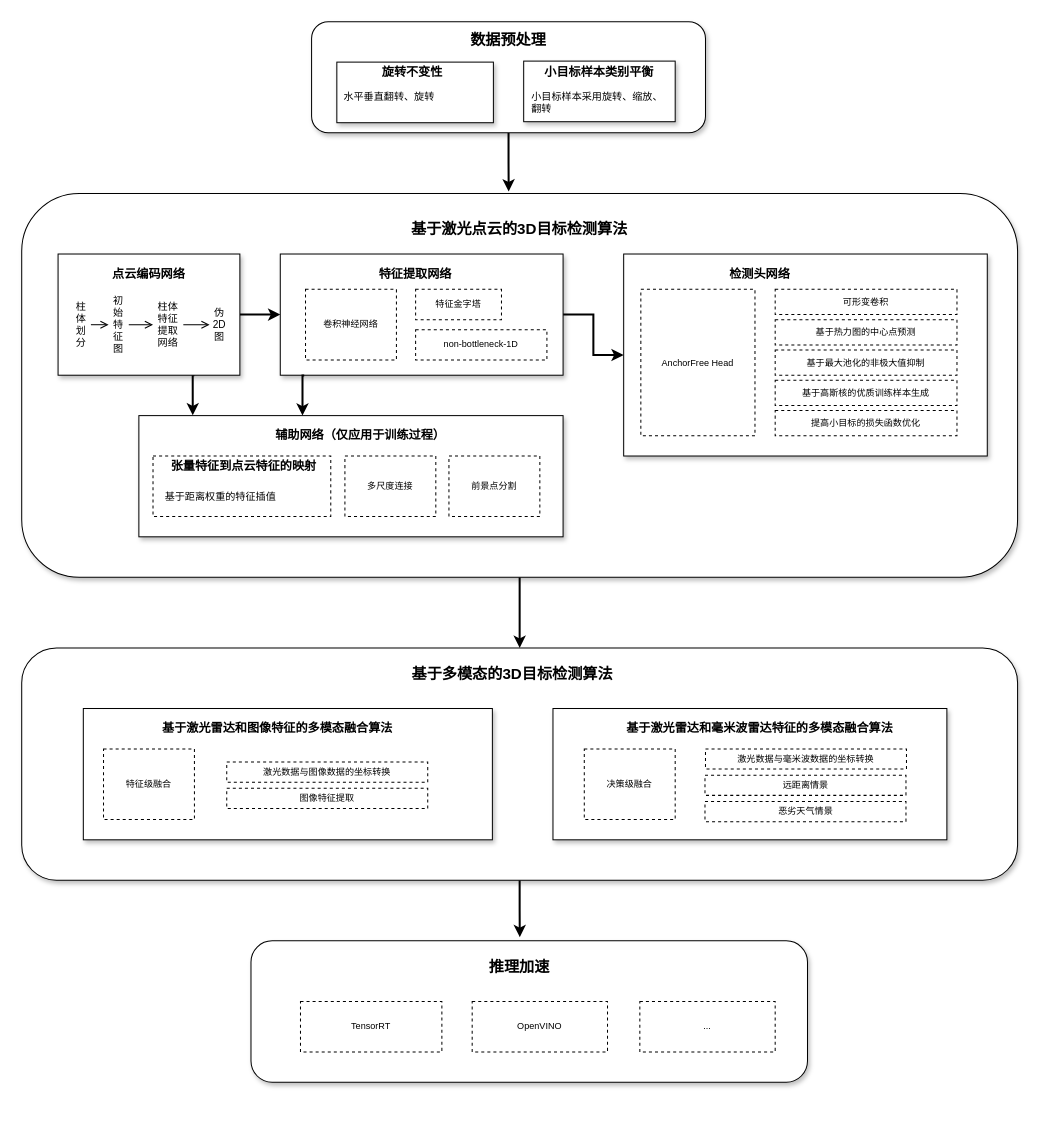
wennieWN/UML keeps this draw.io diagram as 开题.drawio. Above is the earlier version. Source tidied: cells renumbered, new cells numbered last; positions are measured from the earlier drawing's top-left corner, leaving out a move shared by most shapes. Both pictures are drawn from the tidied source at 101%, with x=0, y=0 at pixel (21, 21).
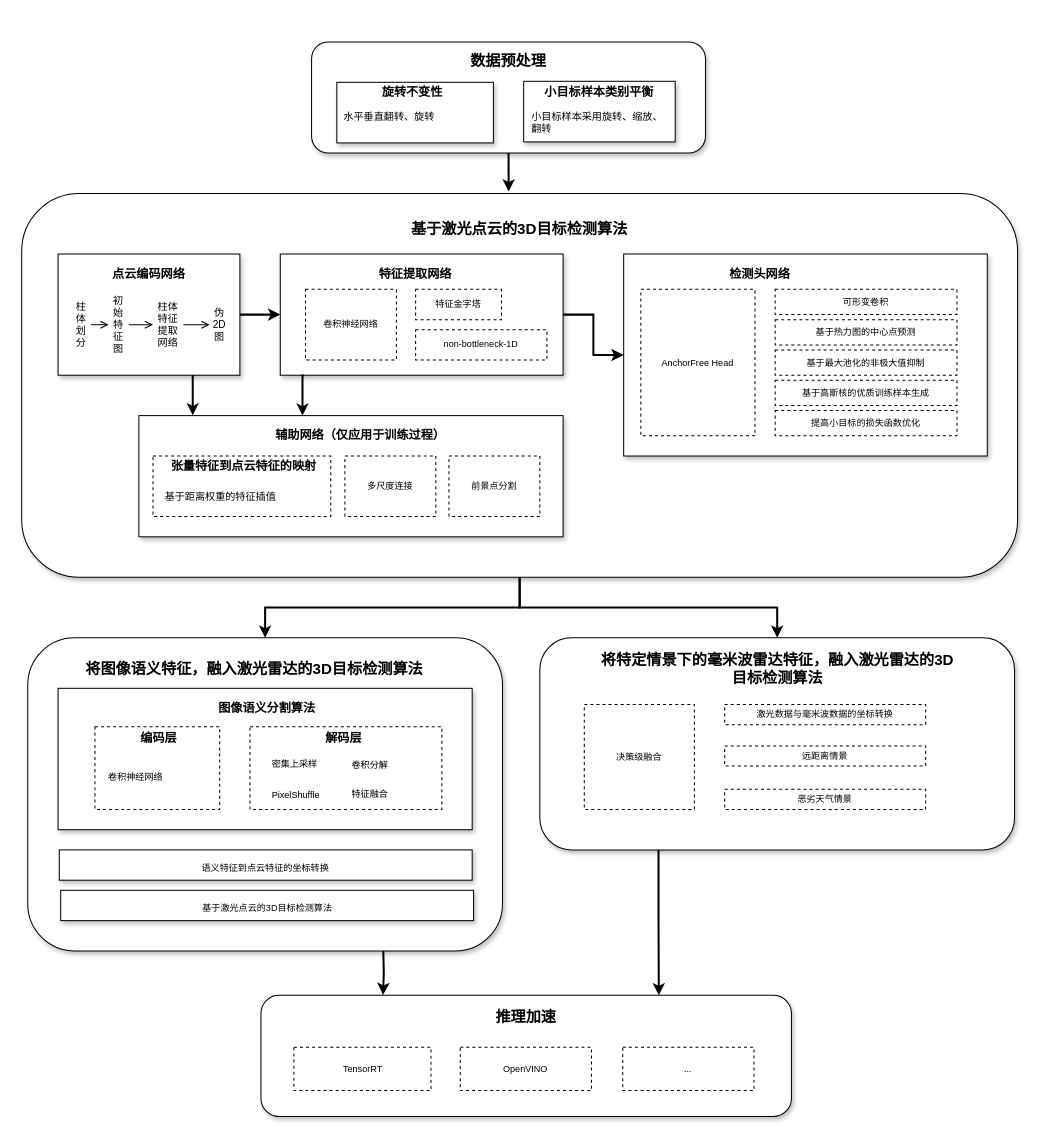
The same page after the edit.

Unchanged cells that the change refers to:
```xml
<mxCell id="13" style="rounded=1;whiteSpace=wrap;html=1;shadow=1;" parent="1" vertex="1">
  <mxGeometry y="170" width="986" height="380" as="geometry" />
</mxCell>
```

The edit, as a diff of the source:
```diff
@@
+    <mxCell id="67" style="edgeStyle=orthogonalEdgeStyle;rounded=0;jettySize=auto;html=1;exitX=0.25;exitY=1;exitDx=0;exitDy=0;entryX=0.75;entryY=0;entryDx=0;entryDy=0;strokeWidth=2;fontSize=15;" parent="1" edge="1" source="68" target="87">
+      <mxGeometry relative="1" as="geometry" />
+    </mxCell>
+    <mxCell id="68" style="rounded=1;whiteSpace=wrap;html=1;shadow=1;" parent="1" vertex="1">
+      <mxGeometry x="513" y="610" width="470" height="210" as="geometry" />
+    </mxCell>
+    <mxCell id="69" style="edgeStyle=orthogonalEdgeStyle;rounded=0;jettySize=auto;html=1;entryX=0.23;entryY=-0.003;entryDx=0;entryDy=0;entryPerimeter=0;strokeWidth=2;fontSize=15;" parent="1" edge="1" target="87">
+      <mxGeometry relative="1" as="geometry">
+        <mxPoint x="358" y="920" as="sourcePoint" />
+      </mxGeometry>
+    </mxCell>
+    <mxCell id="70" style="rounded=1;whiteSpace=wrap;html=1;shadow=1;" parent="1" vertex="1">
+      <mxGeometry x="6" y="610" width="470" height="310" as="geometry" />
+    </mxCell>
@@
     <mxCell id="3" style="rounded=1;whiteSpace=wrap;html=1;shadow=1;" parent="1" vertex="1">
-      <mxGeometry x="287" width="390" height="110" as="geometry" />
+      <mxGeometry x="287" y="20" width="390" height="110" as="geometry" />
     </mxCell>
     <mxCell id="4" value="数据预处理" style="text;html=1;strokeColor=none;fillColor=none;align=center;verticalAlign=middle;whiteSpace=wrap;rounded=0;shadow=1;fontStyle=1;fontSize=15;" parent="1" vertex="1">
-      <mxGeometry x="402" y="8" width="160" height="20" as="geometry" />
+      <mxGeometry x="402" y="28" width="160" height="20" as="geometry" />
     </mxCell>
     <mxCell id="5" style="rounded=0;whiteSpace=wrap;html=1;shadow=1;fontSize=15;" parent="1" vertex="1">
-      <mxGeometry x="312" y="40" width="155" height="60" as="geometry" />
+      <mxGeometry x="312" y="60" width="155" height="60" as="geometry" />
     </mxCell>
     <mxCell id="6" value="旋转不变性" style="text;html=1;strokeColor=none;fillColor=none;align=center;verticalAlign=middle;whiteSpace=wrap;rounded=0;shadow=1;fontSize=12;fontStyle=1;" parent="1" vertex="1">
-      <mxGeometry x="322" y="40" width="130" height="20" as="geometry" />
+      <mxGeometry x="322" y="60" width="130" height="20" as="geometry" />
     </mxCell>
     <mxCell id="7" value="&lt;span style=&quot;font-size: 10px&quot;&gt;水平&lt;/span&gt;垂直翻转、&lt;span style=&quot;font-size: 10px&quot;&gt;旋转&lt;/span&gt;&lt;span style=&quot;font-size: 10px&quot;&gt;&lt;/span&gt;" style="text;html=1;strokeColor=none;fillColor=none;align=left;verticalAlign=middle;whiteSpace=wrap;rounded=0;shadow=1;fontSize=10;" parent="1" vertex="1">
-      <mxGeometry x="317" y="64" width="140" height="20" as="geometry" />
+      <mxGeometry x="317" y="84" width="140" height="20" as="geometry" />
     </mxCell>
     <mxCell id="8" style="group;" parent="1" vertex="1">
-      <mxGeometry x="497" y="40" width="150" height="60" as="geometry" />
+      <mxGeometry x="497" y="60" width="150" height="60" as="geometry" />
     </mxCell>
@@
-    <mxCell id="12" style="edgeStyle=orthogonalEdgeStyle;rounded=0;jettySize=auto;html=1;entryX=0.5;entryY=0;entryDx=0;entryDy=0;endArrow=classic;endFill=1;strokeWidth=2;fontSize=9;" parent="1" edge="1" source="13" target="49">
+    <mxCell id="12" style="edgeStyle=orthogonalEdgeStyle;rounded=0;jettySize=auto;html=1;entryX=0.5;entryY=0;entryDx=0;entryDy=0;endArrow=classic;endFill=1;strokeWidth=2;fontSize=9;" parent="1" edge="1" source="13" target="70">
       <mxGeometry relative="1" as="geometry" />
     </mxCell>
+    <mxCell id="71" style="edgeStyle=orthogonalEdgeStyle;rounded=0;jettySize=auto;html=1;fontSize=15;strokeWidth=2;" parent="1" edge="1" source="13" target="68">
+      <mxGeometry relative="1" as="geometry" />
+    </mxCell>
@@
-    <mxCell id="48" style="edgeStyle=orthogonalEdgeStyle;rounded=0;jettySize=auto;html=1;entryX=0.483;entryY=-0.026;entryDx=0;entryDy=0;entryPerimeter=0;endArrow=classic;endFill=1;strokeWidth=2;fontSize=9;" parent="1" edge="1" source="49" target="62">
-      <mxGeometry relative="1" as="geometry" />
-    </mxCell>
-    <mxCell id="49" style="rounded=1;whiteSpace=wrap;html=1;shadow=1;" parent="1" vertex="1">
-      <mxGeometry y="620" width="986" height="230" as="geometry" />
-    </mxCell>
-    <mxCell id="50" value="基于多模态的3D目标检测算法" style="text;html=1;strokeColor=none;fillColor=none;align=center;verticalAlign=middle;whiteSpace=wrap;rounded=0;shadow=1;fontStyle=1;fontSize=15;" parent="1" vertex="1">
-      <mxGeometry x="371" y="630" width="230" height="30" as="geometry" />
-    </mxCell>
-    <mxCell id="51" style="rounded=0;whiteSpace=wrap;html=1;shadow=1;fontSize=15;" parent="1" vertex="1">
-      <mxGeometry x="61" y="680" width="405" height="130" as="geometry" />
-    </mxCell>
-    <mxCell id="52" value="基于激光雷达和图像特征的多模态融合算法" style="text;html=1;strokeColor=none;fillColor=none;align=center;verticalAlign=middle;whiteSpace=wrap;rounded=0;shadow=1;fontSize=12;fontStyle=1;" parent="1" vertex="1">
-      <mxGeometry x="131" y="690" width="245" height="20" as="geometry" />
+    <mxCell id="52" value="将图像语义特征，融入激光雷达的3D目标检测算法" style="text;html=1;strokeColor=none;fillColor=none;align=center;verticalAlign=middle;whiteSpace=wrap;rounded=0;shadow=1;fontSize=15;fontStyle=1;" parent="1" vertex="1">
+      <mxGeometry x="51" y="630" width="359" height="20" as="geometry" />
     </mxCell>
-    <mxCell id="53" style="rounded=0;whiteSpace=wrap;html=1;shadow=1;fontSize=15;" parent="1" vertex="1">
-      <mxGeometry x="526" y="680" width="390" height="130" as="geometry" />
-    </mxCell>
-    <mxCell id="54" value="基于激光雷达和毫米波雷达特征的多模态融合算法" style="text;html=1;strokeColor=none;fillColor=none;align=center;verticalAlign=middle;whiteSpace=wrap;rounded=0;shadow=1;fontSize=12;fontStyle=1;" parent="1" vertex="1">
-      <mxGeometry x="596" y="690" width="270" height="20" as="geometry" />
-    </mxCell>
-    <mxCell id="55" value="特征级融合" style="rounded=0;whiteSpace=wrap;html=1;shadow=0;fontSize=9;align=center;dashed=1;" parent="1" vertex="1">
-      <mxGeometry x="81" y="720" width="90" height="70" as="geometry" />
-    </mxCell>
     <mxCell id="56" value="决策级融合" style="rounded=0;whiteSpace=wrap;html=1;shadow=0;fontSize=9;align=center;dashed=1;" parent="1" vertex="1">
-      <mxGeometry x="557" y="720" width="90" height="70" as="geometry" />
+      <mxGeometry x="557" y="676" width="109" height="104" as="geometry" />
     </mxCell>
     <mxCell id="57" value="激光数据与毫米波数据的坐标转换" style="rounded=0;whiteSpace=wrap;html=1;shadow=0;fontSize=9;align=center;dashed=1;" parent="1" vertex="1">
-      <mxGeometry x="677" y="720" width="199" height="20" as="geometry" />
+      <mxGeometry x="696" y="676" width="199" height="20" as="geometry" />
     </mxCell>
     <mxCell id="58" value="远距离情景" style="rounded=0;whiteSpace=wrap;html=1;shadow=0;fontSize=9;align=center;dashed=1;" parent="1" vertex="1">
-      <mxGeometry x="676.5" y="746" width="199" height="20" as="geometry" />
+      <mxGeometry x="696" y="717" width="199" height="20" as="geometry" />
     </mxCell>
     <mxCell id="59" value="恶劣天气情景" style="rounded=0;whiteSpace=wrap;html=1;shadow=0;fontSize=9;align=center;dashed=1;" parent="1" vertex="1">
-      <mxGeometry x="676.5" y="772" width="199" height="20" as="geometry" />
+      <mxGeometry x="696" y="760" width="199" height="20" as="geometry" />
     </mxCell>
-    <mxCell id="60" value="激光数据与图像数据的坐标转换" style="rounded=0;whiteSpace=wrap;html=1;shadow=0;fontSize=9;align=center;dashed=1;" parent="1" vertex="1">
-      <mxGeometry x="203" y="733" width="199" height="20" as="geometry" />
-    </mxCell>
-    <mxCell id="61" value="图像特征提取" style="rounded=0;whiteSpace=wrap;html=1;shadow=0;fontSize=9;align=center;dashed=1;" parent="1" vertex="1">
-      <mxGeometry x="203" y="759" width="199" height="20" as="geometry" />
-    </mxCell>
-    <mxCell id="62" style="rounded=1;whiteSpace=wrap;html=1;shadow=1;" parent="1" vertex="1">
-      <mxGeometry x="227" y="910" width="551" height="140" as="geometry" />
-    </mxCell>
+    <mxCell id="72" style="rounded=0;whiteSpace=wrap;html=1;shadow=1;fontSize=15;" parent="1" vertex="1">
+      <mxGeometry x="36" y="660" width="410" height="140" as="geometry" />
+    </mxCell>
+    <mxCell id="73" value="图像语义分割算法" style="text;html=1;strokeColor=none;fillColor=none;align=center;verticalAlign=middle;whiteSpace=wrap;rounded=0;shadow=1;fontSize=12;fontStyle=1;" parent="1" vertex="1">
+      <mxGeometry x="178" y="670" width="130" height="20" as="geometry" />
+    </mxCell>
+    <mxCell id="74" style="rounded=0;whiteSpace=wrap;html=1;shadow=0;fontSize=9;align=center;dashed=1;" parent="1" vertex="1">
+      <mxGeometry x="72.5" y="698" width="123.5" height="82" as="geometry" />
+    </mxCell>
+    <mxCell id="75" style="rounded=0;whiteSpace=wrap;html=1;shadow=0;fontSize=9;align=center;dashed=1;" parent="1" vertex="1">
+      <mxGeometry x="226" y="698" width="190" height="82" as="geometry" />
+    </mxCell>
+    <mxCell id="76" value="&lt;span style=&quot;font-size: 9px&quot;&gt;语义特征到点云特征的坐标转换&lt;/span&gt;" style="rounded=0;whiteSpace=wrap;html=1;shadow=1;fontSize=15;" parent="1" vertex="1">
+      <mxGeometry x="37.2" y="820" width="408.8" height="30" as="geometry" />
+    </mxCell>
+    <mxCell id="77" value="&lt;span style=&quot;font-size: 9px&quot;&gt;基于激光点云的3D目标检测算法&lt;/span&gt;" style="rounded=0;whiteSpace=wrap;html=1;shadow=1;fontSize=15;" parent="1" vertex="1">
+      <mxGeometry x="38.6" y="860" width="408.8" height="30" as="geometry" />
+    </mxCell>
+    <mxCell id="78" value="&lt;span style=&quot;color: rgb(0, 0, 0); font-family: helvetica; font-size: 9px; font-style: normal; font-weight: 400; letter-spacing: normal; text-align: center; text-indent: 0px; text-transform: none; word-spacing: 0px; background-color: rgb(248, 249, 250); display: inline; float: none;&quot;&gt;密集上采样&lt;/span&gt;" style="text;whiteSpace=wrap;html=1;fontSize=15;" parent="1" vertex="1">
+      <mxGeometry x="246" y="717" width="88" height="30" as="geometry" />
+    </mxCell>
+    <mxCell id="79" value="&lt;span style=&quot;color: rgb(0, 0, 0); font-family: helvetica; font-size: 9px; font-style: normal; font-weight: 400; letter-spacing: normal; text-align: center; text-indent: 0px; text-transform: none; word-spacing: 0px; background-color: rgb(248, 249, 250); display: inline; float: none;&quot;&gt;PixelShuffle&lt;/span&gt;" style="text;whiteSpace=wrap;html=1;fontSize=15;rotation=0;" parent="1" vertex="1">
+      <mxGeometry x="246" y="748" width="79" height="30" as="geometry" />
+    </mxCell>
+    <mxCell id="80" value="&lt;span style=&quot;color: rgb(0, 0, 0); font-family: helvetica; font-size: 9px; font-style: normal; font-weight: 400; letter-spacing: normal; text-align: center; text-indent: 0px; text-transform: none; word-spacing: 0px; background-color: rgb(248, 249, 250); display: inline; float: none;&quot;&gt;特征融合&lt;/span&gt;" style="text;whiteSpace=wrap;html=1;fontSize=15;" parent="1" vertex="1">
+      <mxGeometry x="325" y="747" width="70" height="30" as="geometry" />
+    </mxCell>
+    <mxCell id="81" value="解码层" style="text;html=1;strokeColor=none;fillColor=none;align=center;verticalAlign=middle;whiteSpace=wrap;rounded=0;shadow=1;fontSize=12;fontStyle=1;" parent="1" vertex="1">
+      <mxGeometry x="261.9" y="700" width="114" height="20" as="geometry" />
+    </mxCell>
+    <mxCell id="82" value="编码层" style="text;html=1;strokeColor=none;fillColor=none;align=center;verticalAlign=middle;whiteSpace=wrap;rounded=0;shadow=1;fontSize=12;fontStyle=1;" parent="1" vertex="1">
+      <mxGeometry x="101" y="700" width="70" height="20" as="geometry" />
+    </mxCell>
+    <mxCell id="83" value="&lt;span style=&quot;color: rgb(0 , 0 , 0) ; font-family: &amp;#34;helvetica&amp;#34; ; font-size: 9px ; font-style: normal ; font-weight: 400 ; letter-spacing: normal ; text-align: center ; text-indent: 0px ; text-transform: none ; word-spacing: 0px ; background-color: rgb(248 , 249 , 250) ; display: inline ; float: none&quot;&gt;卷积神经网络&lt;/span&gt;" style="text;whiteSpace=wrap;html=1;fontSize=15;" parent="1" vertex="1">
+      <mxGeometry x="84.2" y="730" width="100" height="30" as="geometry" />
+    </mxCell>
+    <mxCell id="84" value="&lt;span style=&quot;color: rgb(0, 0, 0); font-family: helvetica; font-size: 9px; font-style: normal; font-weight: 400; letter-spacing: normal; text-align: center; text-indent: 0px; text-transform: none; word-spacing: 0px; background-color: rgb(248, 249, 250); display: inline; float: none;&quot;&gt;卷积分解&lt;/span&gt;" style="text;whiteSpace=wrap;html=1;fontSize=15;" parent="1" vertex="1">
+      <mxGeometry x="324.5" y="718" width="71" height="30" as="geometry" />
+    </mxCell>
+    <mxCell id="85" value="将特定情景下的毫米波雷达特征，融入激光雷达的3D目标检测算法" style="text;html=1;strokeColor=none;fillColor=none;align=center;verticalAlign=middle;whiteSpace=wrap;rounded=0;shadow=1;fontSize=15;fontStyle=1;" parent="1" vertex="1">
+      <mxGeometry x="568.5" y="630" width="359" height="20" as="geometry" />
+    </mxCell>
+    <mxCell id="86" style="group;" parent="1" vertex="1">
+      <mxGeometry x="222" y="964" width="534" height="120" as="geometry" />
+    </mxCell>
+    <mxCell id="87" style="rounded=1;whiteSpace=wrap;html=1;shadow=1;" parent="86" vertex="1">
+      <mxGeometry x="14.9" width="525.2" height="120" as="geometry" />
+    </mxCell>
-    <mxCell id="63" value="推理加速" style="text;html=1;strokeColor=none;fillColor=none;align=center;verticalAlign=middle;whiteSpace=wrap;rounded=0;shadow=1;fontStyle=1;fontSize=15;" parent="1" vertex="1">
-      <mxGeometry x="378" y="920" width="230" height="30" as="geometry" />
+    <mxCell id="63" value="推理加速" style="text;html=1;strokeColor=none;fillColor=none;align=center;verticalAlign=middle;whiteSpace=wrap;rounded=0;shadow=1;fontStyle=1;fontSize=15;" parent="86" vertex="1">
+      <mxGeometry x="165.7" y="8.6" width="222.9" height="25.7" as="geometry" />
     </mxCell>
-    <mxCell id="64" value="TensorRT" style="rounded=0;whiteSpace=wrap;html=1;shadow=0;fontSize=9;align=center;dashed=1;" parent="1" vertex="1">
-      <mxGeometry x="276" y="970" width="140" height="50" as="geometry" />
+    <mxCell id="64" value="TensorRT" style="rounded=0;whiteSpace=wrap;html=1;shadow=0;fontSize=9;align=center;dashed=1;" parent="86" vertex="1">
+      <mxGeometry x="47.5" y="51.4" width="135.7" height="42.9" as="geometry" />
     </mxCell>
-    <mxCell id="65" value="OpenVINO" style="rounded=0;whiteSpace=wrap;html=1;shadow=0;fontSize=9;align=center;dashed=1;" parent="1" vertex="1">
-      <mxGeometry x="446" y="970" width="134" height="50" as="geometry" />
+    <mxCell id="65" value="OpenVINO" style="rounded=0;whiteSpace=wrap;html=1;shadow=0;fontSize=9;align=center;dashed=1;" parent="86" vertex="1">
+      <mxGeometry x="212.2" y="51.4" width="129.9" height="42.9" as="geometry" />
     </mxCell>
-    <mxCell id="66" value="..." style="rounded=0;whiteSpace=wrap;html=1;shadow=0;fontSize=9;align=center;dashed=1;" parent="1" vertex="1">
-      <mxGeometry x="612" y="970" width="134" height="50" as="geometry" />
+    <mxCell id="66" value="..." style="rounded=0;whiteSpace=wrap;html=1;shadow=0;fontSize=9;align=center;dashed=1;" parent="86" vertex="1">
+      <mxGeometry x="373.1" y="51.4" width="129.9" height="42.9" as="geometry" />
     </mxCell>
```
